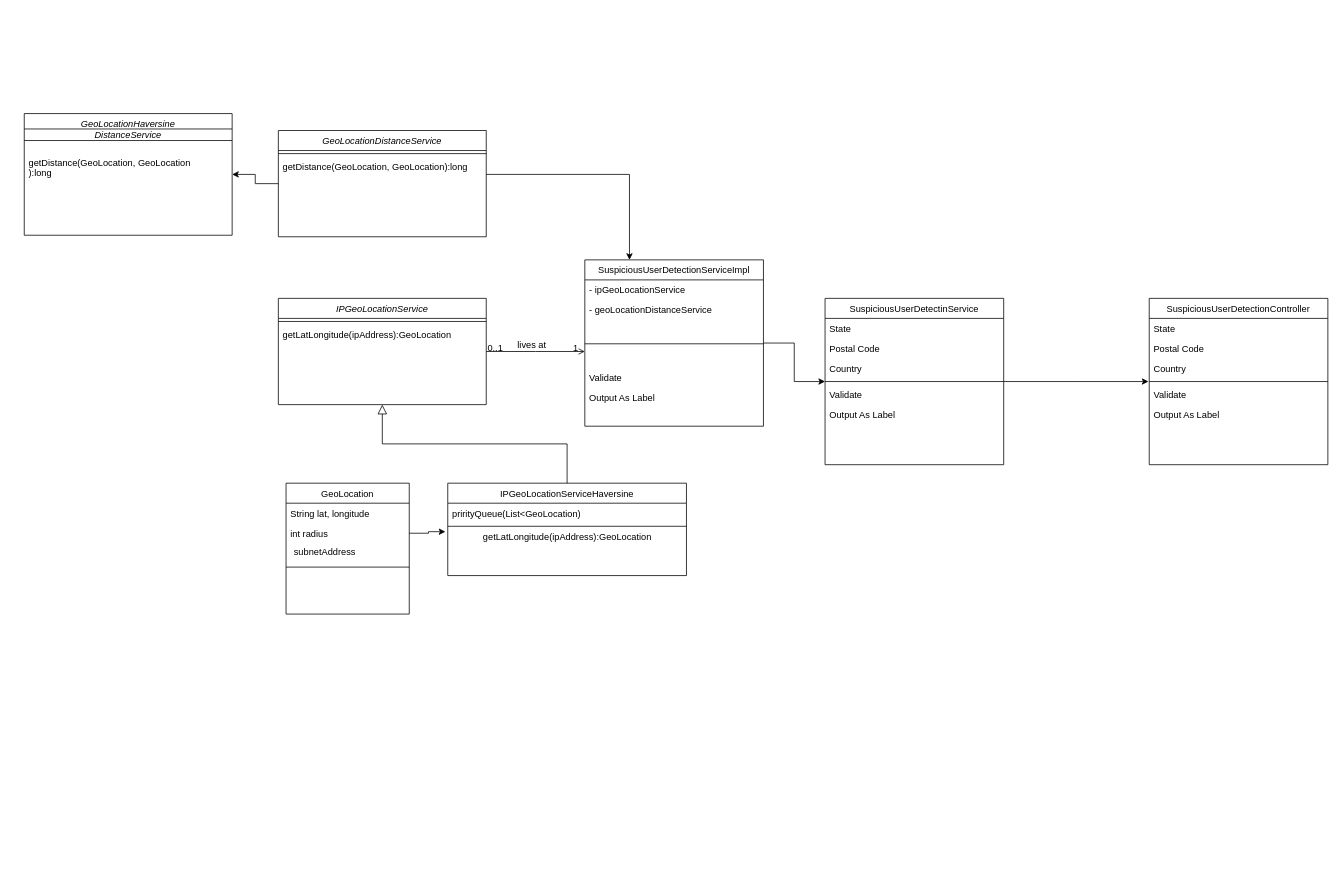
This is designdocs/Untitled Diagram.drawio from srth12/Eclipse-Workspace-, a draw.io file, before an edit. Source tidied: cells renumbered, new cells numbered last; positions are measured from the earlier drawing's top-left corner, leaving out a move shared by most shapes. Both pictures are drawn from the tidied source at 77%, with x=0, y=0 at pixel (24, 113).
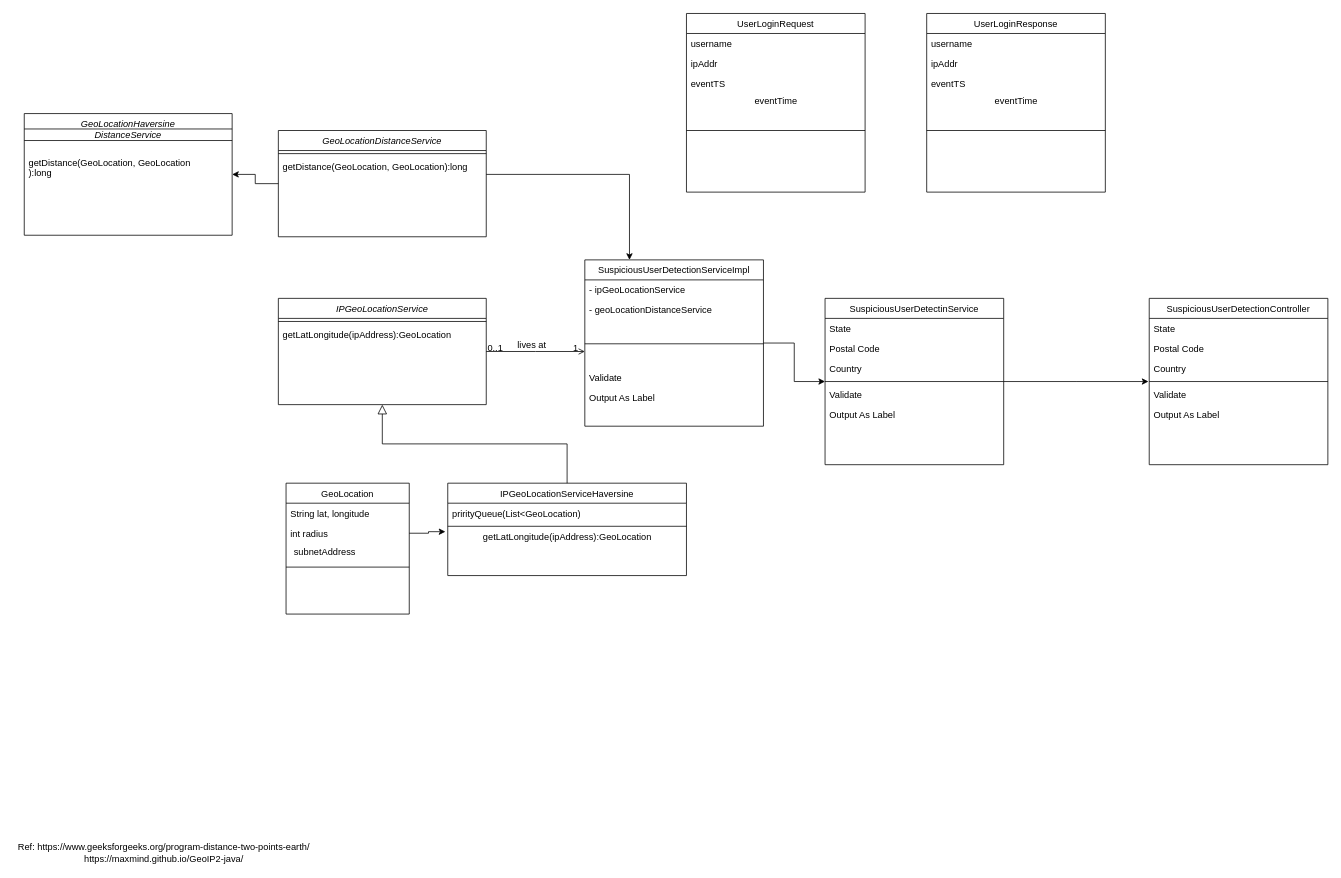
The same page after the edit.

The edit, as a diff of the source:
```diff
@@
+    <mxCell id="50" value="Ref:&amp;nbsp;https://www.geeksforgeeks.org/program-distance-two-points-earth/&lt;br&gt;https://maxmind.github.io/GeoIP2-java/" style="text;html=1;align=center;verticalAlign=middle;" parent="1" vertex="1">
+      <mxGeometry x="-14" y="945" width="390" height="30" as="geometry" />
+    </mxCell>
+    <mxCell id="51" value="UserLoginRequest" style="swimlane;fontStyle=0;align=center;verticalAlign=top;horizontal=1;startSize=26;rounded=0;shadow=0;strokeWidth=1;" parent="1" vertex="1">
+      <mxGeometry x="860" y="-130" width="232" height="232" as="geometry" />
+    </mxCell>
+    <mxCell id="52" value="username" style="text;align=left;verticalAlign=top;spacingLeft=4;spacingRight=4;overflow=hidden;rounded=0;shadow=0;html=0;" parent="51" vertex="1">
+      <mxGeometry y="26" width="232" height="26" as="geometry" />
+    </mxCell>
+    <mxCell id="53" value="ipAddr" style="text;align=left;verticalAlign=top;spacingLeft=4;spacingRight=4;overflow=hidden;rounded=0;shadow=0;html=0;" parent="51" vertex="1">
+      <mxGeometry y="52" width="232" height="26" as="geometry" />
+    </mxCell>
+    <mxCell id="54" value="eventTS" style="text;align=left;verticalAlign=top;spacingLeft=4;spacingRight=4;overflow=hidden;rounded=0;shadow=0;html=0;" parent="51" vertex="1">
+      <mxGeometry y="78" width="232" height="26" as="geometry" />
+    </mxCell>
+    <mxCell id="55" value="eventTime" style="text;html=1;align=center;verticalAlign=middle;" parent="51" vertex="1">
+      <mxGeometry y="104" width="232" height="20" as="geometry" />
+    </mxCell>
+    <mxCell id="56" style="line;html=1;strokeWidth=1;align=left;verticalAlign=middle;spacingTop=-1;spacingLeft=3;spacingRight=3;labelPosition=right;" parent="51" vertex="1">
+      <mxGeometry y="124" width="232" height="56" as="geometry" />
+    </mxCell>
+    <mxCell id="57" value="UserLoginResponse" style="swimlane;fontStyle=0;align=center;verticalAlign=top;horizontal=1;startSize=26;rounded=0;shadow=0;strokeWidth=1;" parent="1" vertex="1">
+      <mxGeometry x="1172" y="-130" width="232" height="232" as="geometry" />
+    </mxCell>
+    <mxCell id="58" value="username" style="text;align=left;verticalAlign=top;spacingLeft=4;spacingRight=4;overflow=hidden;rounded=0;shadow=0;html=0;" parent="57" vertex="1">
+      <mxGeometry y="26" width="232" height="26" as="geometry" />
+    </mxCell>
+    <mxCell id="59" value="ipAddr" style="text;align=left;verticalAlign=top;spacingLeft=4;spacingRight=4;overflow=hidden;rounded=0;shadow=0;html=0;" parent="57" vertex="1">
+      <mxGeometry y="52" width="232" height="26" as="geometry" />
+    </mxCell>
+    <mxCell id="60" value="eventTS" style="text;align=left;verticalAlign=top;spacingLeft=4;spacingRight=4;overflow=hidden;rounded=0;shadow=0;html=0;" parent="57" vertex="1">
+      <mxGeometry y="78" width="232" height="26" as="geometry" />
+    </mxCell>
+    <mxCell id="61" value="eventTime" style="text;html=1;align=center;verticalAlign=middle;" parent="57" vertex="1">
+      <mxGeometry y="104" width="232" height="20" as="geometry" />
+    </mxCell>
+    <mxCell id="62" style="line;html=1;strokeWidth=1;align=left;verticalAlign=middle;spacingTop=-1;spacingLeft=3;spacingRight=3;labelPosition=right;" parent="57" vertex="1">
+      <mxGeometry y="124" width="232" height="56" as="geometry" />
+    </mxCell>
```
